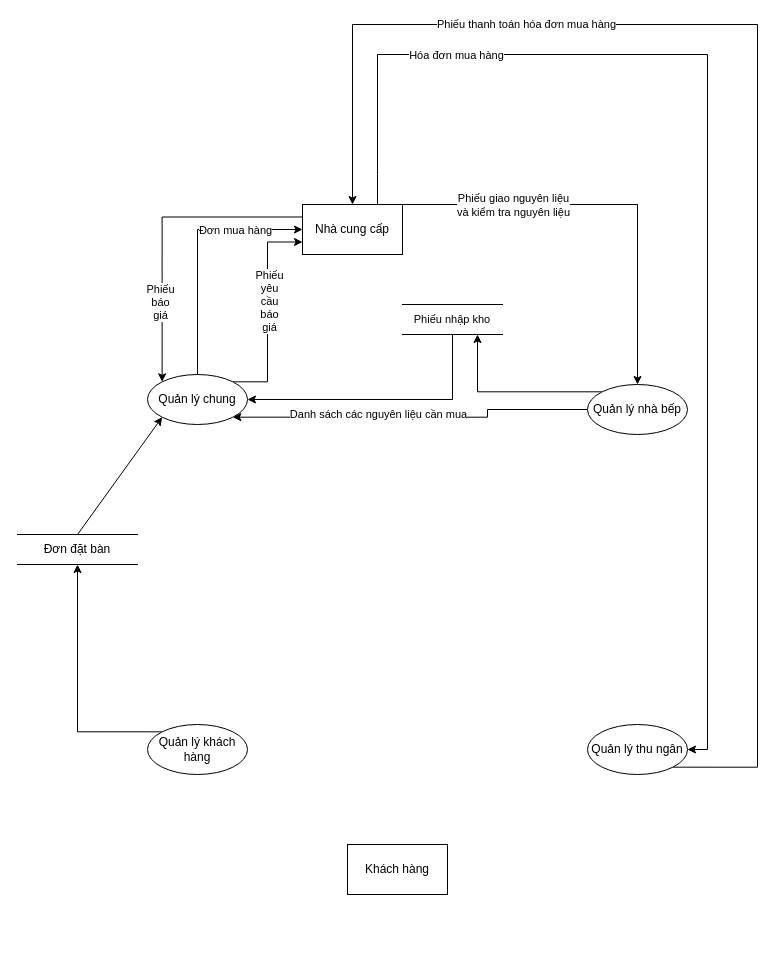
The draw.io diagram DFD muc dinh Diagram.drawio in Strikerzzzz/Strikerzzzz, before the edit. Source tidied: cells renumbered, new cells numbered last; positions are measured from the earlier drawing's top-left corner, leaving out a move shared by most shapes. Both pictures are drawn from the tidied source at 100%, with x=0, y=0 at pixel (17, 24).
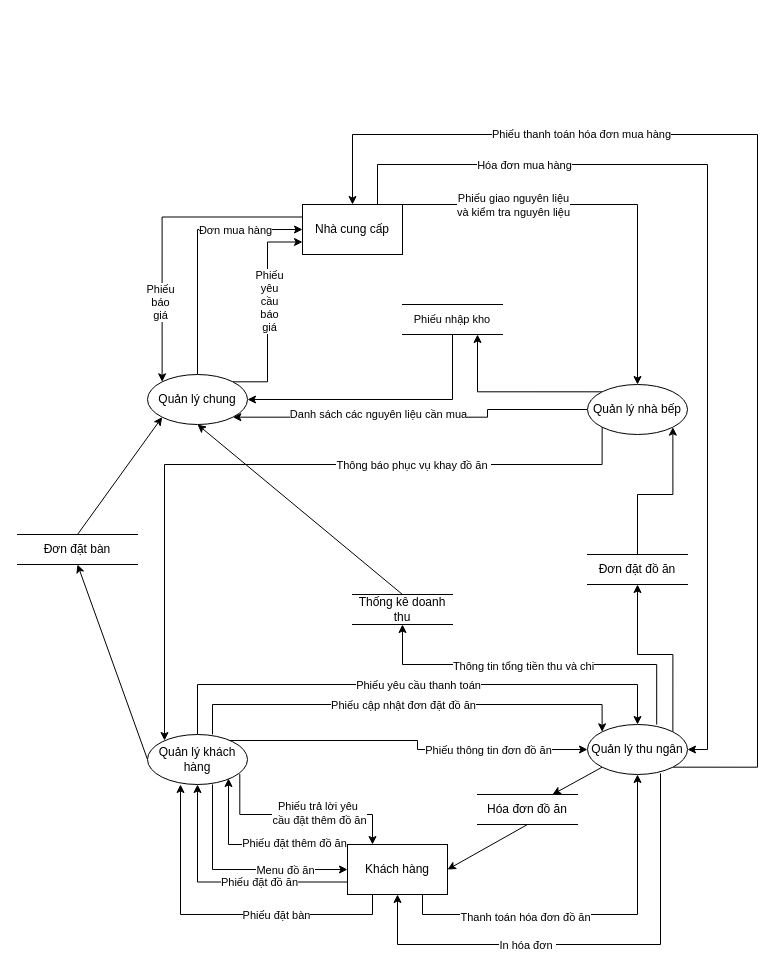
After the change.

Unchanged cells that the change refers to:
```xml
<mxCell id="5" value="Quản lý nhà bếp" style="shape=ellipse;html=1;dashed=0;whiteSpace=wrap;perimeter=ellipsePerimeter;" parent="1" vertex="1">
  <mxGeometry x="570" y="360" width="100" height="50" as="geometry" />
</mxCell>
<mxCell id="10" value="Quản lý chung" style="shape=ellipse;html=1;dashed=0;whiteSpace=wrap;perimeter=ellipsePerimeter;" parent="1" vertex="1">
  <mxGeometry x="130" y="350" width="100" height="50" as="geometry" />
</mxCell>
<mxCell id="15" value="Quản lý thu ngân" style="shape=ellipse;html=1;dashed=0;whiteSpace=wrap;perimeter=ellipsePerimeter;" parent="1" vertex="1">
  <mxGeometry x="570" y="700" width="100" height="50" as="geometry" />
</mxCell>
<mxCell id="17" value="Đơn đặt bàn" style="html=1;dashed=0;whiteSpace=wrap;shape=partialRectangle;right=0;left=0;" parent="1" vertex="1">
  <mxGeometry y="510" width="120" height="30" as="geometry" />
</mxCell>
<mxCell id="18" value="Khách hàng" style="html=1;dashed=0;whiteSpace=wrap;" parent="1" vertex="1">
  <mxGeometry x="330" y="820" width="100" height="50" as="geometry" />
</mxCell>
<mxCell id="25" value="Nhà cung cấp" style="html=1;dashed=0;whiteSpace=wrap;" parent="1" vertex="1">
  <mxGeometry x="285" y="180" width="100" height="50" as="geometry" />
</mxCell>
```

The edit, as a diff of the source:
```diff
@@
-    <mxCell id="11" style="edgeStyle=orthogonalEdgeStyle;rounded=0;jettySize=auto;html=1;exitX=0;exitY=0;exitDx=0;exitDy=0;entryX=0.5;entryY=1;entryDx=0;entryDy=0;" parent="1" edge="1" source="12" target="17">
+    <mxCell id="11" style="rounded=0;jettySize=auto;html=1;exitX=0;exitY=0.5;exitDx=0;exitDy=0;entryX=0.5;entryY=1;entryDx=0;entryDy=0;exitPerimeter=0;" parent="1" edge="1" source="12" target="17">
       <mxGeometry relative="1" as="geometry" />
     </mxCell>
+    <mxCell id="28" style="edgeStyle=orthogonalEdgeStyle;rounded=0;jettySize=auto;html=1;exitX=0.65;exitY=1;exitDx=0;exitDy=0;exitPerimeter=0;entryX=0;entryY=0.5;entryDx=0;entryDy=0;" parent="1" edge="1" source="12" target="18">
+      <mxGeometry relative="1" as="geometry" />
+    </mxCell>
+    <mxCell id="29" value="Menu đồ ăn" style="edgeLabel;html=1;align=center;verticalAlign=middle;" parent="28" vertex="1">
+      <mxGeometry x="0.43" relative="1" as="geometry" />
+    </mxCell>
+    <mxCell id="30" style="edgeStyle=orthogonalEdgeStyle;rounded=0;jettySize=auto;html=1;exitX=0.923;exitY=0.791;exitDx=0;exitDy=0;exitPerimeter=0;entryX=0.25;entryY=0;entryDx=0;entryDy=0;" parent="1" edge="1" source="12" target="18">
+      <mxGeometry relative="1" as="geometry">
+        <Array as="points">
+          <mxPoint x="222" y="790" />
+          <mxPoint x="355" y="790" />
+        </Array>
+      </mxGeometry>
+    </mxCell>
+    <mxCell id="31" value="Phiếu trả lời yêu&amp;nbsp;&lt;br&gt;cầu đặt thêm đồ ăn" style="edgeLabel;html=1;align=center;verticalAlign=middle;" parent="30" vertex="1">
+      <mxGeometry x="0.18" y="2" relative="1" as="geometry" />
+    </mxCell>
+    <mxCell id="32" style="edgeStyle=orthogonalEdgeStyle;rounded=0;jettySize=auto;html=1;exitX=0.81;exitY=0.12;exitDx=0;exitDy=0;exitPerimeter=0;entryX=0;entryY=0.5;entryDx=0;entryDy=0;" parent="1" edge="1" source="12" target="15">
+      <mxGeometry relative="1" as="geometry" />
+    </mxCell>
+    <mxCell id="33" value="Phiếu thông tin đơn đồ ăn" style="edgeLabel;html=1;align=center;verticalAlign=middle;" parent="32" vertex="1">
+      <mxGeometry x="-0.32" y="1" relative="1" as="geometry">
+        <mxPoint x="134" y="10" as="offset" />
+      </mxGeometry>
+    </mxCell>
+    <mxCell id="34" style="edgeStyle=orthogonalEdgeStyle;rounded=0;jettySize=auto;html=1;exitX=0.65;exitY=0;exitDx=0;exitDy=0;exitPerimeter=0;entryX=0;entryY=0;entryDx=0;entryDy=0;" parent="1" edge="1" source="12" target="15">
+      <mxGeometry relative="1" as="geometry">
+        <Array as="points">
+          <mxPoint x="195" y="680" />
+          <mxPoint x="584" y="680" />
+        </Array>
+      </mxGeometry>
+    </mxCell>
+    <mxCell id="35" value="Phiếu cập nhật đơn đặt đồ ăn" style="edgeLabel;html=1;align=center;verticalAlign=middle;" parent="34" vertex="1">
+      <mxGeometry x="-0.02" relative="1" as="geometry">
+        <mxPoint x="1" as="offset" />
+      </mxGeometry>
+    </mxCell>
+    <mxCell id="36" style="edgeStyle=orthogonalEdgeStyle;rounded=0;jettySize=auto;html=1;exitX=0.5;exitY=0;exitDx=0;exitDy=0;exitPerimeter=0;entryX=0.5;entryY=0;entryDx=0;entryDy=0;" parent="1" edge="1" source="12" target="15">
+      <mxGeometry relative="1" as="geometry">
+        <Array as="points">
+          <mxPoint x="180" y="660" />
+          <mxPoint x="620" y="660" />
+        </Array>
+      </mxGeometry>
+    </mxCell>
+    <mxCell id="37" value="Phiếu yêu cầu thanh toán" style="edgeLabel;html=1;align=center;verticalAlign=middle;" parent="36" vertex="1">
+      <mxGeometry x="0.02" relative="1" as="geometry" />
+    </mxCell>
     <mxCell id="12" value="Quản lý khách hàng" style="shape=ellipse;html=1;dashed=0;whiteSpace=wrap;perimeter=ellipsePerimeter;points=[[0,0.5,0,0,0],[0.17,0.12,0,0,0],[0.17,0.88,0,0,0],[0.33,0,0,0,0],[0.33,1,0,0,0],[0.5,0,0,0,0],[0.5,1,0,0,0],[0.65,0,0,0,0],[0.65,1,0,0,0],[0.81,0.12,0,0,0],[0.81,0.88,0,0,0],[1,0.5,0,0,0]];" parent="1" vertex="1">
-      <mxGeometry x="130" y="700" width="100" height="50" as="geometry" />
+      <mxGeometry x="130" y="710" width="100" height="50" as="geometry" />
     </mxCell>
     <mxCell id="13" style="edgeStyle=orthogonalEdgeStyle;rounded=0;jettySize=auto;html=1;exitX=1;exitY=1;exitDx=0;exitDy=0;entryX=0.5;entryY=0;entryDx=0;entryDy=0;fontFamily=Helvetica;fontSize=11;fontColor=default;" parent="1" edge="1" source="15" target="25">
       <mxGeometry relative="1" as="geometry">
         <Array as="points">
           <mxPoint x="740" y="742" />
-          <mxPoint x="740" />
-          <mxPoint x="335" />
+          <mxPoint x="740" y="110" />
+          <mxPoint x="335" y="110" />
         </Array>
       </mxGeometry>
     </mxCell>
@@
+    <mxCell id="38" style="edgeStyle=orthogonalEdgeStyle;rounded=0;jettySize=auto;html=1;exitX=1;exitY=0;exitDx=0;exitDy=0;entryX=0.5;entryY=1;entryDx=0;entryDy=0;" parent="1" edge="1" source="15" target="53">
+      <mxGeometry relative="1" as="geometry" />
+    </mxCell>
+    <mxCell id="39" style="rounded=0;jettySize=auto;html=1;exitX=0;exitY=1;exitDx=0;exitDy=0;entryX=0.75;entryY=0;entryDx=0;entryDy=0;" parent="1" edge="1" source="15" target="57">
+      <mxGeometry relative="1" as="geometry" />
+    </mxCell>
+    <mxCell id="40" style="edgeStyle=orthogonalEdgeStyle;rounded=0;jettySize=auto;html=1;exitX=0.73;exitY=0.979;exitDx=0;exitDy=0;entryX=0.5;entryY=1;entryDx=0;entryDy=0;exitPerimeter=0;" parent="1" edge="1" source="15" target="18">
+      <mxGeometry relative="1" as="geometry">
+        <Array as="points">
+          <mxPoint x="643" y="920" />
+          <mxPoint x="380" y="920" />
+        </Array>
+      </mxGeometry>
+    </mxCell>
+    <mxCell id="41" value="In hóa đơn&amp;nbsp;" style="edgeLabel;html=1;align=center;verticalAlign=middle;" parent="40" vertex="1">
+      <mxGeometry x="0.26" y="4" relative="1" as="geometry">
+        <mxPoint y="-4" as="offset" />
+      </mxGeometry>
+    </mxCell>
+    <mxCell id="42" style="edgeStyle=orthogonalEdgeStyle;rounded=0;jettySize=auto;html=1;exitX=0.692;exitY=0;exitDx=0;exitDy=0;exitPerimeter=0;" parent="1" edge="1" source="15" target="59">
+      <mxGeometry relative="1" as="geometry">
+        <Array as="points">
+          <mxPoint x="639" y="640" />
+          <mxPoint x="385" y="640" />
+        </Array>
+      </mxGeometry>
+    </mxCell>
+    <mxCell id="43" value="Thông tin tổng tiền thu và chi" style="edgeLabel;html=1;align=center;verticalAlign=middle;" parent="42" vertex="1">
+      <mxGeometry x="0.1" y="1" relative="1" as="geometry">
+        <mxPoint x="1" as="offset" />
+      </mxGeometry>
+    </mxCell>
@@
+    <mxCell id="44" style="edgeStyle=orthogonalEdgeStyle;rounded=0;jettySize=auto;html=1;exitX=0.75;exitY=1;exitDx=0;exitDy=0;entryX=0.5;entryY=1;entryDx=0;entryDy=0;" parent="1" edge="1" source="18" target="15">
+      <mxGeometry relative="1" as="geometry" />
+    </mxCell>
+    <mxCell id="45" value="Thanh toán hóa đơn đồ ăn" style="edgeLabel;html=1;align=center;verticalAlign=middle;" parent="44" vertex="1">
+      <mxGeometry x="-0.35" y="-2" relative="1" as="geometry" />
+    </mxCell>
@@
     <mxCell id="23" style="edgeStyle=orthogonalEdgeStyle;rounded=0;jettySize=auto;html=1;exitX=0.75;exitY=0;exitDx=0;exitDy=0;entryX=1;entryY=0.5;entryDx=0;entryDy=0;fontFamily=Helvetica;fontSize=11;fontColor=default;" parent="1" edge="1" source="25" target="15">
       <mxGeometry relative="1" as="geometry">
         <Array as="points">
-          <mxPoint x="360" y="150" />
-          <mxPoint x="360" y="30" />
-          <mxPoint x="690" y="30" />
+          <mxPoint x="360" y="140" />
+          <mxPoint x="690" y="140" />
           <mxPoint x="690" y="725" />
         </Array>
       </mxGeometry>
     </mxCell>
@@
+    <mxCell id="46" style="edgeStyle=orthogonalEdgeStyle;rounded=0;jettySize=auto;html=1;exitX=0.25;exitY=1;exitDx=0;exitDy=0;entryX=0.33;entryY=1;entryDx=0;entryDy=0;entryPerimeter=0;" parent="1" edge="1" source="18" target="12">
+      <mxGeometry relative="1" as="geometry" />
+    </mxCell>
+    <mxCell id="47" value="Phiếu đặt bàn" style="edgeLabel;html=1;align=center;verticalAlign=middle;" parent="46" vertex="1">
+      <mxGeometry x="-0.26" y="-1" relative="1" as="geometry">
+        <mxPoint x="10" y="1" as="offset" />
+      </mxGeometry>
+    </mxCell>
+    <mxCell id="48" style="edgeStyle=orthogonalEdgeStyle;rounded=0;jettySize=auto;html=1;exitX=0;exitY=0.75;exitDx=0;exitDy=0;entryX=0.5;entryY=1;entryDx=0;entryDy=0;entryPerimeter=0;" parent="1" edge="1" source="18" target="12">
+      <mxGeometry relative="1" as="geometry" />
+    </mxCell>
+    <mxCell id="49" value="Phiếu đặt đồ ăn" style="edgeLabel;html=1;align=center;verticalAlign=middle;" parent="48" vertex="1">
+      <mxGeometry x="-0.28" relative="1" as="geometry" />
+    </mxCell>
+    <mxCell id="50" style="edgeStyle=orthogonalEdgeStyle;rounded=0;jettySize=auto;html=1;exitX=0;exitY=0;exitDx=0;exitDy=0;entryX=0.81;entryY=0.88;entryDx=0;entryDy=0;entryPerimeter=0;" parent="1" edge="1" source="18" target="12">
+      <mxGeometry relative="1" as="geometry">
+        <Array as="points">
+          <mxPoint x="211" y="820" />
+        </Array>
+      </mxGeometry>
+    </mxCell>
+    <mxCell id="51" value="Phiếu đặt thêm đồ ăn" style="edgeLabel;html=1;align=center;verticalAlign=middle;" parent="50" vertex="1">
+      <mxGeometry x="0.18" y="-2" relative="1" as="geometry">
+        <mxPoint x="55" as="offset" />
+      </mxGeometry>
+    </mxCell>
+    <mxCell id="52" style="edgeStyle=orthogonalEdgeStyle;rounded=0;jettySize=auto;html=1;exitX=0.5;exitY=0;exitDx=0;exitDy=0;entryX=1;entryY=1;entryDx=0;entryDy=0;" parent="1" edge="1" source="53" target="5">
+      <mxGeometry relative="1" as="geometry" />
+    </mxCell>
+    <mxCell id="53" value="Đơn đặt đồ ăn" style="html=1;dashed=0;whiteSpace=wrap;shape=partialRectangle;right=0;left=0;" parent="1" vertex="1">
+      <mxGeometry x="570" y="530" width="100" height="30" as="geometry" />
+    </mxCell>
+    <mxCell id="54" style="edgeStyle=orthogonalEdgeStyle;rounded=0;jettySize=auto;html=1;exitX=0;exitY=1;exitDx=0;exitDy=0;entryX=0.17;entryY=0.12;entryDx=0;entryDy=0;entryPerimeter=0;" parent="1" edge="1" source="5" target="12">
+      <mxGeometry relative="1" as="geometry">
+        <Array as="points">
+          <mxPoint x="584" y="440" />
+          <mxPoint x="147" y="440" />
+        </Array>
+      </mxGeometry>
+    </mxCell>
+    <mxCell id="55" value="Thông báo phục vụ khay đồ ăn&amp;nbsp;" style="edgeLabel;html=1;align=center;verticalAlign=middle;" parent="54" vertex="1">
+      <mxGeometry x="-0.4" relative="1" as="geometry">
+        <mxPoint x="-1" as="offset" />
+      </mxGeometry>
+    </mxCell>
+    <mxCell id="56" style="rounded=0;jettySize=auto;html=1;exitX=0.5;exitY=1;exitDx=0;exitDy=0;entryX=1;entryY=0.5;entryDx=0;entryDy=0;" parent="1" edge="1" source="57" target="18">
+      <mxGeometry relative="1" as="geometry" />
+    </mxCell>
+    <mxCell id="57" value="Hóa đơn đồ ăn" style="html=1;dashed=0;whiteSpace=wrap;shape=partialRectangle;right=0;left=0;" parent="1" vertex="1">
+      <mxGeometry x="460" y="770" width="100" height="30" as="geometry" />
+    </mxCell>
+    <mxCell id="58" style="rounded=0;jettySize=auto;html=1;exitX=0.5;exitY=0;exitDx=0;exitDy=0;entryX=0.5;entryY=1;entryDx=0;entryDy=0;" parent="1" edge="1" source="59" target="10">
+      <mxGeometry relative="1" as="geometry" />
+    </mxCell>
+    <mxCell id="59" value="Thống kê doanh thu" style="html=1;dashed=0;whiteSpace=wrap;shape=partialRectangle;right=0;left=0;" parent="1" vertex="1">
+      <mxGeometry x="335" y="570" width="100" height="30" as="geometry" />
+    </mxCell>
```
